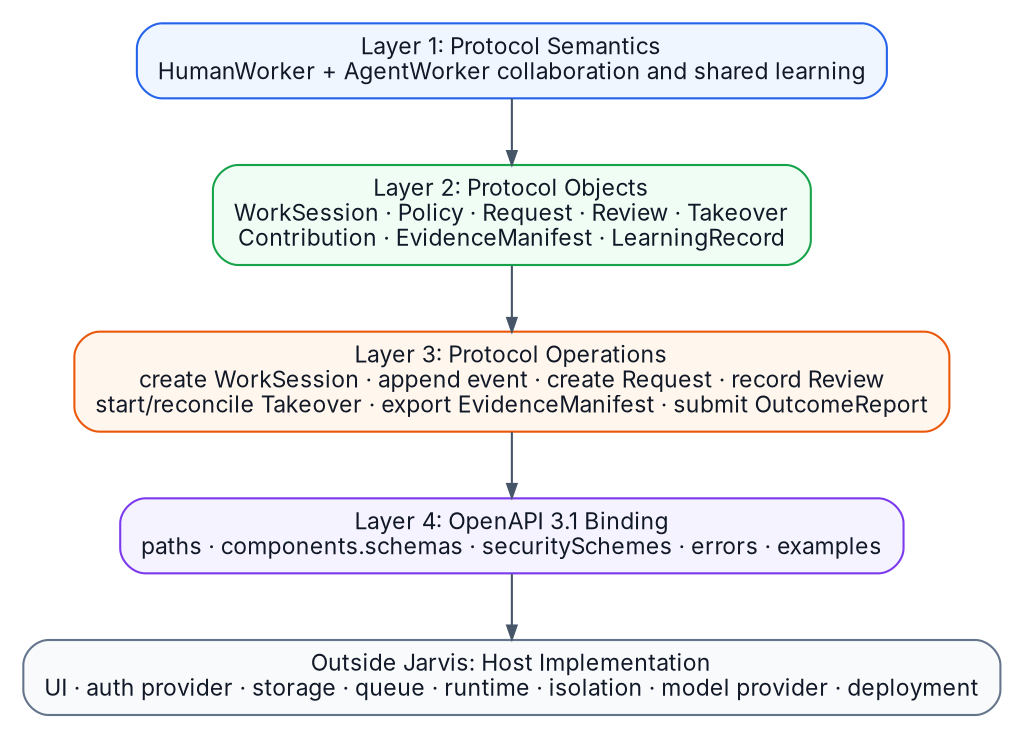
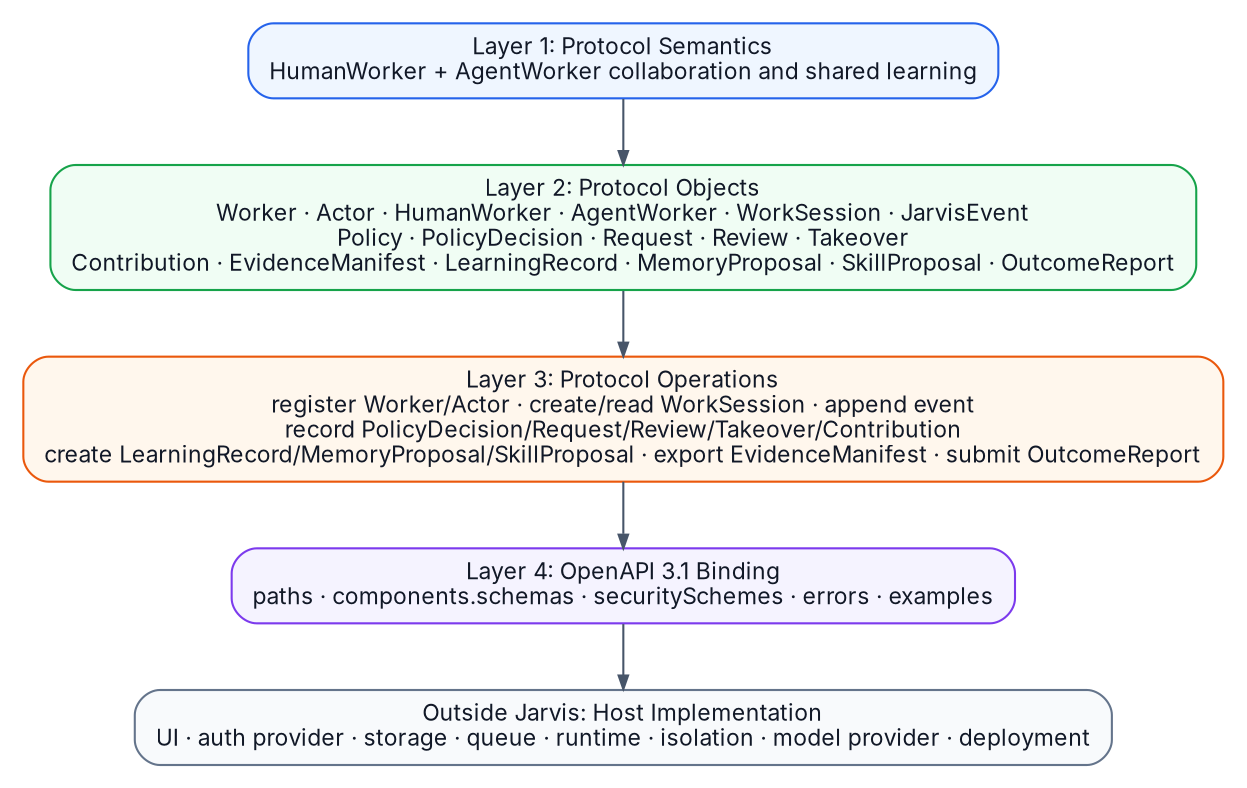
digraph G {
  graph [rankdir=TB, bgcolor="white", margin=0.1, nodesep=0.35, ranksep=0.45];
  node [shape=box, style="rounded,filled", fontname="Inter", fontsize=11, color="#94a3b8", fillcolor="#f8fafc", fontcolor="#111827", margin="0.14,0.08"];
  edge [color="#475569", arrowsize=0.65];

  l1 [label="Layer 1: Protocol Semantics\nHumanWorker + AgentWorker collaboration and shared learning", fillcolor="#eff6ff", color="#2563eb"];
-   l2 [label="Layer 2: Protocol Objects\nWorkSession · Policy · Request · Review · Takeover\nContribution · EvidenceManifest · LearningRecord", fillcolor="#f0fdf4", color="#16a34a"];
-   l3 [label="Layer 3: Protocol Operations\ncreate WorkSession · append event · create Request · record Review\nstart/reconcile Takeover · export EvidenceManifest · submit OutcomeReport", fillcolor="#fff7ed", color="#ea580c"];
+   l2 [label="Layer 2: Protocol Objects\nWorker · Actor · HumanWorker · AgentWorker · WorkSession · JarvisEvent\nPolicy · PolicyDecision · Request · Review · Takeover\nContribution · EvidenceManifest · LearningRecord · MemoryProposal · SkillProposal · OutcomeReport", fillcolor="#f0fdf4", color="#16a34a"];
+   l3 [label="Layer 3: Protocol Operations\nregister Worker/Actor · create/read WorkSession · append event\nrecord PolicyDecision/Request/Review/Takeover/Contribution\ncreate LearningRecord/MemoryProposal/SkillProposal · export EvidenceManifest · submit OutcomeReport", fillcolor="#fff7ed", color="#ea580c"];
  l4 [label="Layer 4: OpenAPI 3.1 Binding\npaths · components.schemas · securitySchemes · errors · examples", fillcolor="#f5f3ff", color="#7c3aed"];
  outside [label="Outside Jarvis: Host Implementation\nUI · auth provider · storage · queue · runtime · isolation · model provider · deployment", fillcolor="#f8fafc", color="#64748b"];

  l1 -> l2 -> l3 -> l4 -> outside;
}
